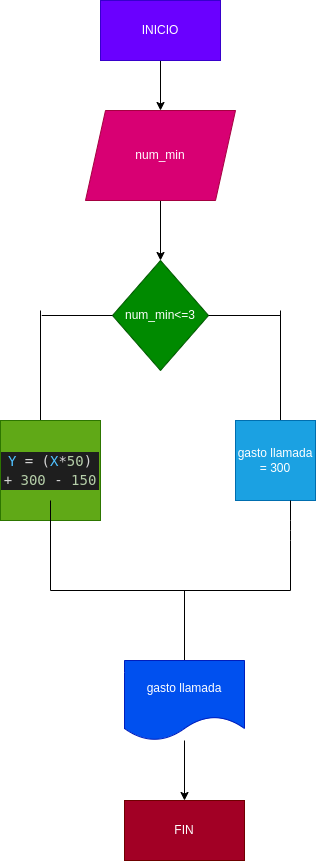
Above: diagrama.png in pasecolra/llamada_telefonica (draw.io), before the change. Source tidied: cells renumbered, new cells last; positions are measured from the earlier drawing's top-left corner, leaving out a move shared by most shapes.
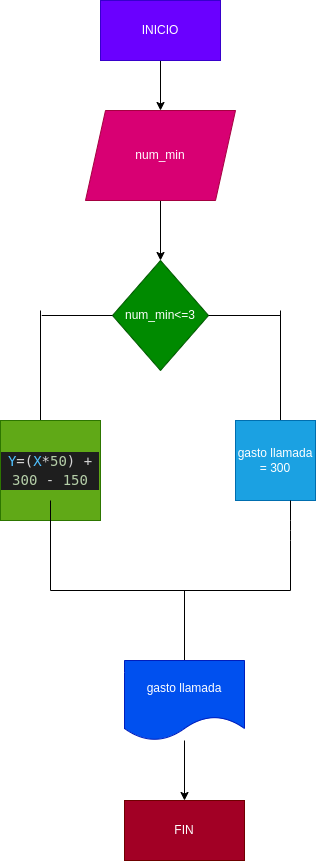
The same diagram one commit later.

What changed in the source:
```diff
@@ -39,7 +39,7 @@
         <mxPoint x="280" y="310" as="targetPoint" />
       </mxGeometry>
     </mxCell>
-    <mxCell id="11" value="&lt;div style=&quot;color: rgb(212, 212, 212); background-color: rgb(30, 30, 30); font-family: &amp;quot;Droid Sans Mono&amp;quot;, &amp;quot;monospace&amp;quot;, monospace; font-size: 14px; line-height: 19px;&quot;&gt;&lt;span style=&quot;color: #4fc1ff;&quot;&gt;Y&lt;/span&gt; = (&lt;span style=&quot;color: #4fc1ff;&quot;&gt;X&lt;/span&gt;*&lt;span style=&quot;color: #b5cea8;&quot;&gt;50&lt;/span&gt;) + &lt;span style=&quot;color: #b5cea8;&quot;&gt;300&lt;/span&gt; - &lt;span style=&quot;color: #b5cea8;&quot;&gt;150&lt;/span&gt;&lt;/div&gt;" style="whiteSpace=wrap;html=1;fillColor=#60a917;fontColor=#ffffff;strokeColor=#2D7600;" parent="1" vertex="1">
+    <mxCell id="11" value="&lt;div style=&quot;color: rgb(212, 212, 212); background-color: rgb(30, 30, 30); font-family: &amp;quot;Droid Sans Mono&amp;quot;, &amp;quot;monospace&amp;quot;, monospace; font-size: 14px; line-height: 19px;&quot;&gt;&lt;span style=&quot;color: #4fc1ff;&quot;&gt;Y&lt;/span&gt;=(&lt;span style=&quot;color: #4fc1ff;&quot;&gt;X&lt;/span&gt;*&lt;span style=&quot;color: #b5cea8;&quot;&gt;50&lt;/span&gt;) + &lt;span style=&quot;color: #b5cea8;&quot;&gt;300&lt;/span&gt; - &lt;span style=&quot;color: #b5cea8;&quot;&gt;150&lt;/span&gt;&lt;/div&gt;" style="whiteSpace=wrap;html=1;fillColor=#60a917;fontColor=#ffffff;strokeColor=#2D7600;" parent="1" vertex="1">
       <mxGeometry y="420" width="100" height="100" as="geometry" />
     </mxCell>
     <mxCell id="12" value="gasto llamada = 300" style="whiteSpace=wrap;html=1;fillColor=#1ba1e2;fontColor=#ffffff;strokeColor=#006EAF;" parent="1" vertex="1">
```
